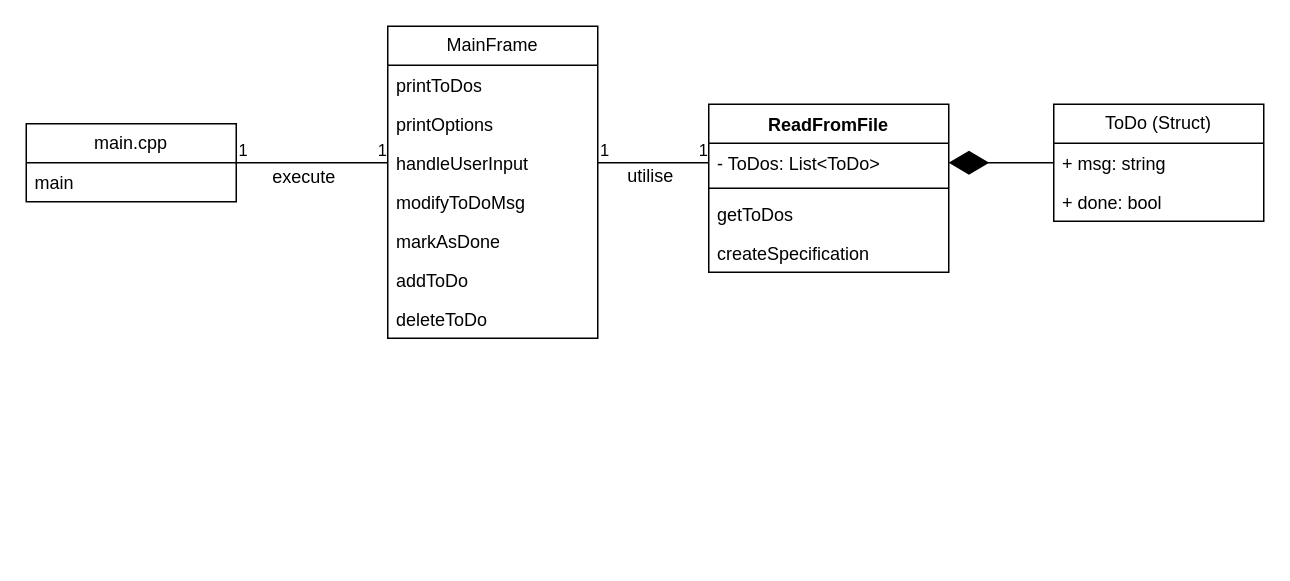
Above: page "Class Diagram" (3 of 3) of uml_diagrams/ToDoListConsoleApplication.drawio in EvatsugDnalloR/ToDoListConsoleApplication (draw.io), before the change. Source tidied: cells renumbered, new cells numbered last; positions are measured from the earlier drawing's top-left corner, leaving out a move shared by most shapes. Both pictures are drawn from the tidied source at 150%, with x=0, y=0 at pixel (26, 26).
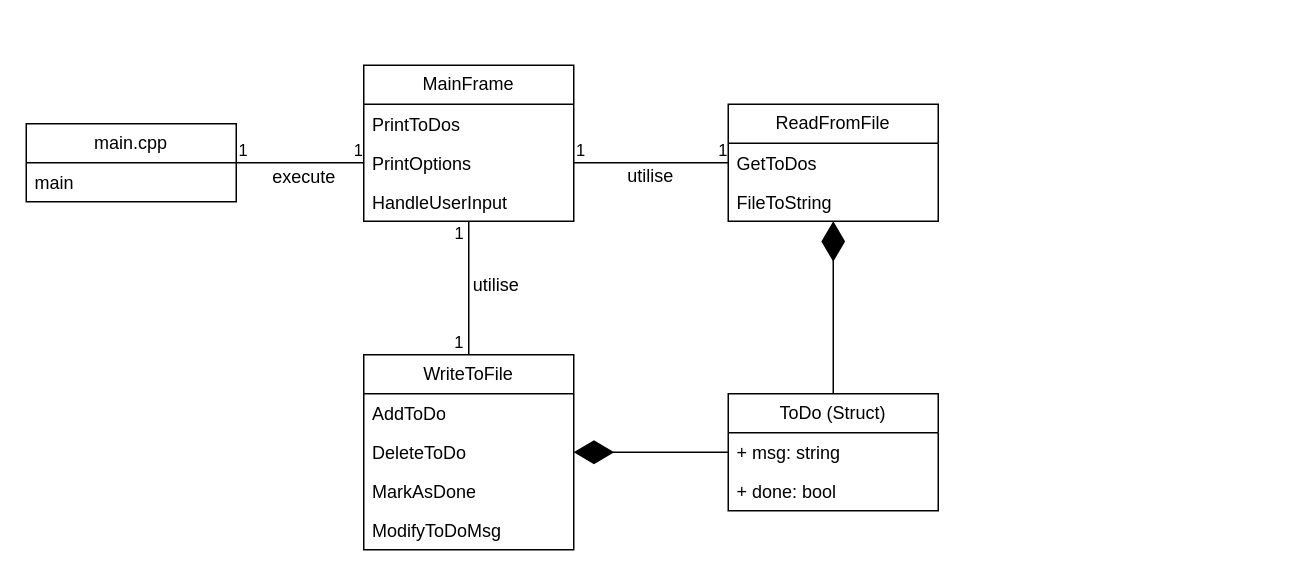
After the change.

Commit message:
updated class diagram accroding to the design

The change refers to these unchanged cells:
```xml
<mxCell id="2" value="main.cpp" style="swimlane;fontStyle=0;horizontal=1;startSize=26;fillColor=none;whiteSpace=wrap;html=1;" parent="1" vertex="1">
  <mxGeometry y="65" width="140" height="52" as="geometry" />
</mxCell>
<mxCell id="5" value="+ msg: string" style="text;strokeColor=none;fillColor=none;align=left;verticalAlign=top;spacingLeft=4;spacingRight=4;overflow=hidden;points=[[0,0.5],[1,0.5]];portConstraint=eastwest;whiteSpace=wrap;html=1;" parent="4" vertex="1">
  <mxGeometry y="26" width="140" height="26" as="geometry" />
</mxCell>
```

Diff of the diagram source:
```diff
@@
     <mxCell id="4" value="ToDo (Struct)" style="swimlane;fontStyle=0;horizontal=1;startSize=26;fillColor=none;whiteSpace=wrap;html=1;" parent="1" vertex="1">
-      <mxGeometry x="685" y="52" width="140" height="78" as="geometry" />
+      <mxGeometry x="468" y="245" width="140" height="78" as="geometry" />
     </mxCell>
@@
     <mxCell id="7" value="MainFrame" style="swimlane;fontStyle=0;horizontal=1;startSize=26;fillColor=none;whiteSpace=wrap;html=1;" parent="1" vertex="1">
-      <mxGeometry x="241" width="140" height="208" as="geometry" />
+      <mxGeometry x="225" y="26" width="140" height="104" as="geometry" />
     </mxCell>
-    <mxCell id="8" value="printToDos" style="text;strokeColor=none;fillColor=none;align=left;verticalAlign=top;spacingLeft=4;spacingRight=4;overflow=hidden;whiteSpace=wrap;html=1;" parent="7" vertex="1">
+    <mxCell id="8" value="PrintToDos" style="text;strokeColor=none;fillColor=none;align=left;verticalAlign=top;spacingLeft=4;spacingRight=4;overflow=hidden;whiteSpace=wrap;html=1;" parent="7" vertex="1">
       <mxGeometry y="26" width="140" height="26" as="geometry" />
     </mxCell>
-    <mxCell id="9" value="printOptions" style="text;strokeColor=none;fillColor=none;align=left;verticalAlign=top;spacingLeft=4;spacingRight=4;overflow=hidden;points=[[0,0.5],[1,0.5]];portConstraint=eastwest;whiteSpace=wrap;html=1;" parent="7" vertex="1">
+    <mxCell id="9" value="PrintOptions" style="text;strokeColor=none;fillColor=none;align=left;verticalAlign=top;spacingLeft=4;spacingRight=4;overflow=hidden;points=[[0,0.5],[1,0.5]];portConstraint=eastwest;whiteSpace=wrap;html=1;" parent="7" vertex="1">
       <mxGeometry y="52" width="140" height="26" as="geometry" />
     </mxCell>
-    <mxCell id="10" value="handleUserInput" style="text;strokeColor=none;fillColor=none;align=left;verticalAlign=top;spacingLeft=4;spacingRight=4;overflow=hidden;points=[[0,0.5],[1,0.5]];portConstraint=eastwest;whiteSpace=wrap;html=1;" parent="7" vertex="1">
+    <mxCell id="10" value="HandleUserInput" style="text;strokeColor=none;fillColor=none;align=left;verticalAlign=top;spacingLeft=4;spacingRight=4;overflow=hidden;points=[[0,0.5],[1,0.5]];portConstraint=eastwest;whiteSpace=wrap;html=1;" parent="7" vertex="1">
       <mxGeometry y="78" width="140" height="26" as="geometry" />
     </mxCell>
-    <mxCell id="11" value="modifyToDoMsg" style="text;strokeColor=none;fillColor=none;align=left;verticalAlign=top;spacingLeft=4;spacingRight=4;overflow=hidden;whiteSpace=wrap;html=1;" parent="7" vertex="1">
-      <mxGeometry y="104" width="140" height="26" as="geometry" />
-    </mxCell>
-    <mxCell id="12" value="markAsDone" style="text;strokeColor=none;fillColor=none;align=left;verticalAlign=top;spacingLeft=4;spacingRight=4;overflow=hidden;whiteSpace=wrap;html=1;" parent="7" vertex="1">
-      <mxGeometry y="130" width="140" height="26" as="geometry" />
-    </mxCell>
-    <mxCell id="13" value="addToDo" style="text;strokeColor=none;fillColor=none;align=left;verticalAlign=top;spacingLeft=4;spacingRight=4;overflow=hidden;whiteSpace=wrap;html=1;" parent="7" vertex="1">
-      <mxGeometry y="156" width="140" height="26" as="geometry" />
-    </mxCell>
-    <mxCell id="14" value="deleteToDo" style="text;strokeColor=none;fillColor=none;align=left;verticalAlign=top;spacingLeft=4;spacingRight=4;overflow=hidden;whiteSpace=wrap;html=1;" parent="7" vertex="1">
-      <mxGeometry y="182" width="140" height="26" as="geometry" />
-    </mxCell>
-    <mxCell id="15" value="ReadFromFile" style="swimlane;fontStyle=1;align=center;verticalAlign=top;horizontal=1;startSize=26;whiteSpace=wrap;html=1;" parent="1" vertex="1">
-      <mxGeometry x="455" y="52" width="160" height="112" as="geometry" />
-    </mxCell>
-    <mxCell id="16" value="- ToDos: List&amp;lt;ToDo&amp;gt;" style="text;strokeColor=none;fillColor=none;align=left;verticalAlign=top;spacingLeft=4;spacingRight=4;overflow=hidden;points=[[0,0.5],[1,0.5]];portConstraint=eastwest;whiteSpace=wrap;html=1;" parent="15" vertex="1">
-      <mxGeometry y="26" width="160" height="26" as="geometry" />
-    </mxCell>
-    <mxCell id="17" style="line;strokeWidth=1;fillColor=none;align=left;verticalAlign=middle;spacingTop=-1;spacingLeft=3;spacingRight=3;labelPosition=right;strokeColor=inherit;" parent="15" vertex="1">
-      <mxGeometry y="52" width="160" height="8" as="geometry" />
-    </mxCell>
-    <mxCell id="18" value="getToDos" style="text;strokeColor=none;fillColor=none;align=left;verticalAlign=top;spacingLeft=4;spacingRight=4;overflow=hidden;whiteSpace=wrap;html=1;" parent="15" vertex="1">
-      <mxGeometry y="60" width="160" height="26" as="geometry" />
-    </mxCell>
-    <mxCell id="19" value="createSpecification" style="text;strokeColor=none;fillColor=none;align=left;verticalAlign=top;spacingLeft=4;spacingRight=4;overflow=hidden;whiteSpace=wrap;html=1;" parent="15" vertex="1">
-      <mxGeometry y="86" width="160" height="26" as="geometry" />
-    </mxCell>
-    <mxCell id="20" style="endArrow=diamondThin;endFill=1;endSize=24;html=1;rounded=0;exitX=0;exitY=0.5;exitDx=0;exitDy=0;entryX=1;entryY=0.5;entryDx=0;entryDy=0;" parent="1" edge="1" source="4" target="16">
-      <mxGeometry relative="1" as="geometry" />
-    </mxCell>
-    <mxCell id="21" style="endArrow=none;html=1;edgeStyle=orthogonalEdgeStyle;rounded=0;entryX=0;entryY=0.5;entryDx=0;entryDy=0;exitX=1;exitY=0.5;exitDx=0;exitDy=0;" parent="1" edge="1" source="2" target="10">
+    <mxCell id="21" style="endArrow=none;html=1;edgeStyle=orthogonalEdgeStyle;rounded=0;entryX=0;entryY=0.5;entryDx=0;entryDy=0;exitX=1;exitY=0.5;exitDx=0;exitDy=0;" parent="1" edge="1" source="2" target="9">
       <mxGeometry relative="1" as="geometry" />
     </mxCell>
@@
-    <mxCell id="24" style="endArrow=none;html=1;edgeStyle=orthogonalEdgeStyle;rounded=0;entryX=0;entryY=0.5;entryDx=0;entryDy=0;exitX=1;exitY=0.5;exitDx=0;exitDy=0;" parent="1" edge="1" source="10" target="16">
+    <mxCell id="24" style="endArrow=none;html=1;edgeStyle=orthogonalEdgeStyle;rounded=0;entryX=0;entryY=0.5;entryDx=0;entryDy=0;exitX=1;exitY=0.5;exitDx=0;exitDy=0;" parent="1" edge="1" source="9" target="15">
       <mxGeometry relative="1" as="geometry" />
     </mxCell>
@@
+    <mxCell id="29" value="WriteToFile" style="swimlane;fontStyle=0;horizontal=1;startSize=26;fillColor=none;whiteSpace=wrap;html=1;" parent="1" vertex="1">
+      <mxGeometry x="225" y="219" width="140" height="130" as="geometry" />
+    </mxCell>
+    <mxCell id="30" value="AddToDo" style="text;strokeColor=none;fillColor=none;align=left;verticalAlign=top;spacingLeft=4;spacingRight=4;overflow=hidden;whiteSpace=wrap;html=1;" parent="29" vertex="1">
+      <mxGeometry y="26" width="140" height="26" as="geometry" />
+    </mxCell>
+    <mxCell id="31" value="DeleteToDo" style="text;strokeColor=none;fillColor=none;align=left;verticalAlign=top;spacingLeft=4;spacingRight=4;overflow=hidden;whiteSpace=wrap;html=1;" parent="29" vertex="1">
+      <mxGeometry y="52" width="140" height="26" as="geometry" />
+    </mxCell>
+    <mxCell id="32" value="MarkAsDone" style="text;strokeColor=none;fillColor=none;align=left;verticalAlign=top;spacingLeft=4;spacingRight=4;overflow=hidden;whiteSpace=wrap;html=1;" parent="29" vertex="1">
+      <mxGeometry y="78" width="140" height="26" as="geometry" />
+    </mxCell>
+    <mxCell id="33" value="ModifyToDoMsg" style="text;strokeColor=none;fillColor=none;align=left;verticalAlign=top;spacingLeft=4;spacingRight=4;overflow=hidden;whiteSpace=wrap;html=1;" parent="29" vertex="1">
+      <mxGeometry y="104" width="140" height="26" as="geometry" />
+    </mxCell>
+    <mxCell id="15" value="ReadFromFile" style="swimlane;fontStyle=0;horizontal=1;startSize=26;fillColor=none;whiteSpace=wrap;html=1;" parent="1" vertex="1">
+      <mxGeometry x="468" y="52" width="140" height="78" as="geometry" />
+    </mxCell>
+    <mxCell id="34" value="GetToDos" style="text;strokeColor=none;fillColor=none;align=left;verticalAlign=top;spacingLeft=4;spacingRight=4;overflow=hidden;whiteSpace=wrap;html=1;" parent="15" vertex="1">
+      <mxGeometry y="26" width="140" height="26" as="geometry" />
+    </mxCell>
+    <mxCell id="35" value="FileToString" style="text;strokeColor=none;fillColor=none;align=left;verticalAlign=top;spacingLeft=4;spacingRight=4;overflow=hidden;whiteSpace=wrap;html=1;" parent="15" vertex="1">
+      <mxGeometry y="52" width="140" height="26" as="geometry" />
+    </mxCell>
+    <mxCell id="36" style="endArrow=none;html=1;edgeStyle=orthogonalEdgeStyle;rounded=0;entryX=0.5;entryY=0;entryDx=0;entryDy=0;" parent="1" edge="1" source="7" target="29">
+      <mxGeometry relative="1" as="geometry" />
+    </mxCell>
+    <mxCell id="37" value="1" style="edgeLabel;html=1;align=left;verticalAlign=bottom;" parent="36" vertex="1">
+      <mxGeometry x="-1" relative="1" as="geometry">
+        <mxPoint x="-11" y="16" as="offset" />
+      </mxGeometry>
+    </mxCell>
+    <mxCell id="38" value="1" style="edgeLabel;html=1;align=right;verticalAlign=bottom;" parent="36" vertex="1">
+      <mxGeometry x="1" relative="1" as="geometry">
+        <mxPoint x="-3" as="offset" />
+      </mxGeometry>
+    </mxCell>
+    <mxCell id="39" value="utilise" style="text;html=1;align=center;verticalAlign=middle;strokeColor=none;fillColor=none;" parent="1" vertex="1">
+      <mxGeometry x="288" y="158" width="50" height="30" as="geometry" />
+    </mxCell>
+    <mxCell id="40" style="endArrow=diamondThin;endFill=1;endSize=24;html=1;rounded=0;exitX=0.5;exitY=0;exitDx=0;exitDy=0;" parent="1" edge="1" source="4" target="15">
+      <mxGeometry relative="1" as="geometry" />
+    </mxCell>
+    <mxCell id="41" style="endArrow=diamondThin;endFill=1;endSize=24;html=1;rounded=0;exitX=0;exitY=0.5;exitDx=0;exitDy=0;" parent="1" edge="1" source="5" target="29">
+      <mxGeometry relative="1" as="geometry" />
+    </mxCell>
```
